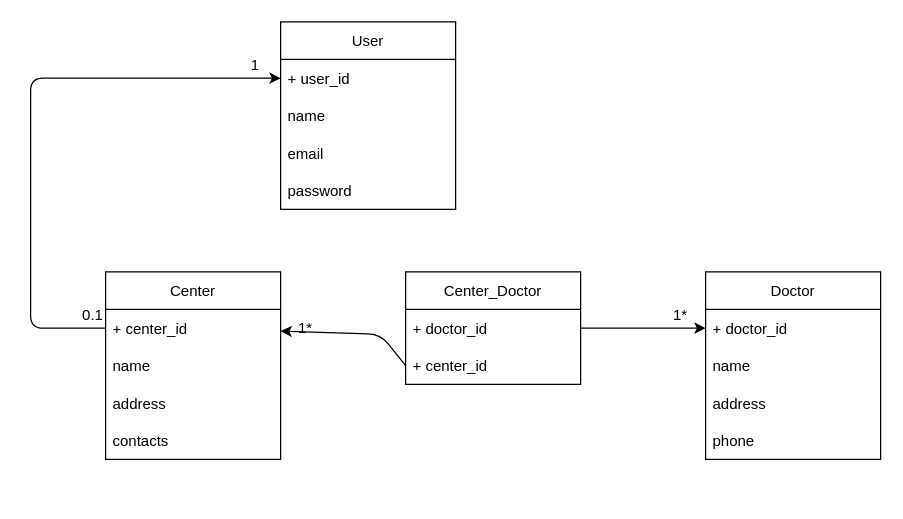
The draw.io diagram BaseUML.drawio in HassanElshazlyEida/LaCasaCode, before the edit. Source tidied: cells renumbered, new cells numbered last; positions are measured from the earlier drawing's top-left corner, leaving out a move shared by most shapes. Both pictures are drawn from the tidied source at 125%, with x=0, y=0 at pixel (30, 21).
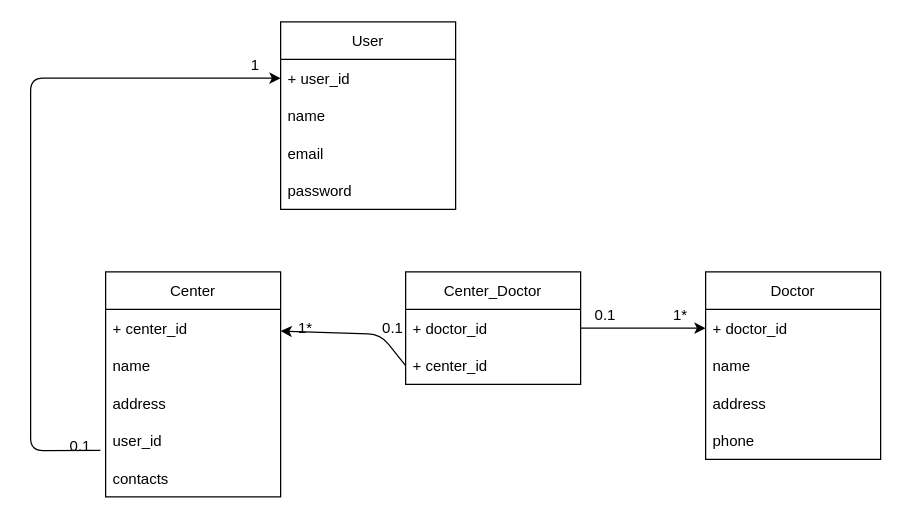
The same diagram, later.

Unchanged cells that the change refers to:
```xml
<mxCell id="8" value="+ center_id" style="text;strokeColor=none;fillColor=none;align=left;verticalAlign=middle;spacingLeft=4;spacingRight=4;overflow=hidden;points=[[0,0.5],[1,0.5]];portConstraint=eastwest;" parent="7" vertex="1">
  <mxGeometry y="30" width="140" height="30" as="geometry" />
</mxCell>
<mxCell id="13" value="+ user_id" style="text;strokeColor=none;fillColor=none;align=left;verticalAlign=middle;spacingLeft=4;spacingRight=4;overflow=hidden;points=[[0,0.5],[1,0.5]];portConstraint=eastwest;" parent="12" vertex="1">
  <mxGeometry y="30" width="140" height="30" as="geometry" />
</mxCell>
```

Diff of the diagram source:
```diff
@@
     <mxCell id="7" value="Center" style="swimlane;fontStyle=0;horizontal=1;startSize=30;" parent="1" vertex="1">
-      <mxGeometry x="60" y="200" width="140" height="150" as="geometry" />
+      <mxGeometry x="60" y="200" width="140" height="180" as="geometry" />
     </mxCell>
@@
+    <mxCell id="27" value="user_id" style="text;strokeColor=none;fillColor=none;align=left;verticalAlign=middle;spacingLeft=4;spacingRight=4;overflow=hidden;points=[[0,0.5],[1,0.5]];portConstraint=eastwest;" parent="7" vertex="1">
+      <mxGeometry y="120" width="140" height="30" as="geometry" />
+    </mxCell>
     <mxCell id="11" value="contacts" style="text;strokeColor=none;fillColor=none;align=left;verticalAlign=middle;spacingLeft=4;spacingRight=4;overflow=hidden;" parent="7" vertex="1">
-      <mxGeometry y="120" width="140" height="30" as="geometry" />
+      <mxGeometry y="150" width="140" height="30" as="geometry" />
     </mxCell>
@@
-    <mxCell id="17" style="edgeStyle=none;html=1;exitX=0;exitY=0.5;exitDx=0;exitDy=0;entryX=0;entryY=0.5;entryDx=0;entryDy=0;" parent="1" edge="1" source="8" target="13">
+    <mxCell id="17" style="edgeStyle=none;html=1;exitX=-0.03;exitY=0.761;exitDx=0;exitDy=0;entryX=0;entryY=0.5;entryDx=0;entryDy=0;exitPerimeter=0;" parent="1" edge="1" source="27" target="13">
       <mxGeometry relative="1" as="geometry">
         <Array as="points">
+          <mxPoint y="343" />
           <mxPoint y="245" />
           <mxPoint y="45" />
         </Array>
       </mxGeometry>
     </mxCell>
@@
     <mxCell id="19" value="0.1" style="text;html=1;strokeColor=none;fillColor=none;align=center;verticalAlign=middle;whiteSpace=wrap;rounded=0;" parent="1" vertex="1">
-      <mxGeometry x="20" y="220" width="60" height="30" as="geometry" />
+      <mxGeometry x="10" y="330" width="60" height="20" as="geometry" />
     </mxCell>
@@
+    <mxCell id="28" value="0.1" style="text;html=1;strokeColor=none;fillColor=none;align=center;verticalAlign=middle;whiteSpace=wrap;rounded=0;" parent="1" vertex="1">
+      <mxGeometry x="260" y="230" width="60" height="30" as="geometry" />
+    </mxCell>
+    <mxCell id="29" value="0.1" style="text;html=1;strokeColor=none;fillColor=none;align=center;verticalAlign=middle;whiteSpace=wrap;rounded=0;" parent="1" vertex="1">
+      <mxGeometry x="430" y="220" width="60" height="30" as="geometry" />
+    </mxCell>
```
